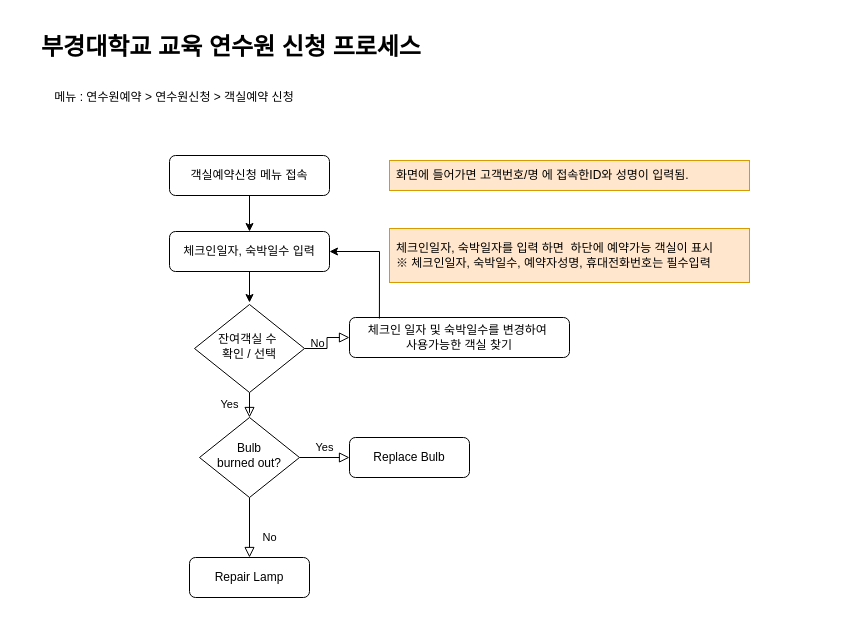
Above: Untitled Diagram.drawio in roykimm/diagram (draw.io), before the change. Source tidied: cells renumbered, new cells numbered last; positions are measured from the earlier drawing's top-left corner, leaving out a move shared by most shapes. Both pictures are drawn from the tidied source at 100%, with x=0, y=0 at pixel (19, 22).
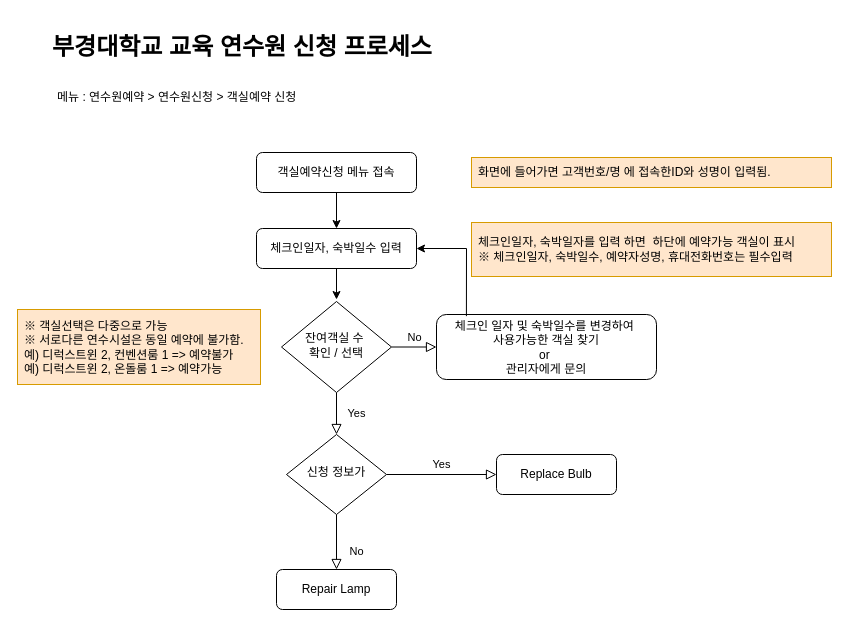
Above is the later version.

Diff of the diagram source:
```diff
@@
     <mxCell id="2" value="객실예약신청 메뉴 접속" style="rounded=1;whiteSpace=wrap;html=1;fontSize=12;glass=0;strokeWidth=1;shadow=0;" parent="1" vertex="1">
-      <mxGeometry x="150" y="133" width="160" height="40" as="geometry" />
+      <mxGeometry x="237" y="130" width="160" height="40" as="geometry" />
     </mxCell>
@@
-    <mxCell id="4" value="No" style="edgeStyle=orthogonalEdgeStyle;rounded=0;html=1;jettySize=auto;fontSize=11;endArrow=block;endFill=0;endSize=8;strokeWidth=1;shadow=0;labelBackgroundColor=none;" parent="1" edge="1" source="5" target="6">
+    <mxCell id="4" value="No" style="edgeStyle=orthogonalEdgeStyle;rounded=0;html=1;jettySize=auto;fontSize=11;endArrow=block;endFill=0;endSize=8;strokeWidth=1;shadow=0;labelBackgroundColor=none;entryX=0;entryY=0.5;entryDx=0;entryDy=0;" parent="1" edge="1" source="5" target="6">
       <mxGeometry y="10" relative="1" as="geometry" />
     </mxCell>
     <mxCell id="5" value="잔여객실 수&amp;nbsp;&lt;br&gt;확인 / 선택" style="rhombus;whiteSpace=wrap;html=1;shadow=0;fontFamily=Helvetica;fontSize=12;align=center;strokeWidth=1;spacing=6;spacingTop=-4;" parent="1" vertex="1">
-      <mxGeometry x="175" y="282" width="110" height="88" as="geometry" />
+      <mxGeometry x="262" y="279" width="110" height="91" as="geometry" />
     </mxCell>
-    <mxCell id="6" value="체크인 일자 및 숙박일수를 변경하여&amp;nbsp;&lt;br&gt;사용가능한 객실 찾기" style="rounded=1;whiteSpace=wrap;html=1;fontSize=12;glass=0;strokeWidth=1;shadow=0;" parent="1" vertex="1">
-      <mxGeometry x="330" y="295" width="220" height="40" as="geometry" />
+    <mxCell id="6" value="체크인 일자 및 숙박일수를 변경하여&amp;nbsp;&lt;br&gt;사용가능한 객실 찾기&lt;br&gt;or&amp;nbsp;&lt;br&gt;관리자에게 문의" style="rounded=1;whiteSpace=wrap;html=1;fontSize=12;glass=0;strokeWidth=1;shadow=0;" parent="1" vertex="1">
+      <mxGeometry x="417" y="292" width="220" height="65" as="geometry" />
     </mxCell>
@@
-    <mxCell id="9" value="Bulb&lt;br&gt;burned out?" style="rhombus;whiteSpace=wrap;html=1;shadow=0;fontFamily=Helvetica;fontSize=12;align=center;strokeWidth=1;spacing=6;spacingTop=-4;" parent="1" vertex="1">
-      <mxGeometry x="180" y="395" width="100" height="80" as="geometry" />
+    <mxCell id="9" value="신청 정보가" style="rhombus;whiteSpace=wrap;html=1;shadow=0;fontFamily=Helvetica;fontSize=12;align=center;strokeWidth=1;spacing=6;spacingTop=-4;" parent="1" vertex="1">
+      <mxGeometry x="267" y="412" width="100" height="80" as="geometry" />
     </mxCell>
     <mxCell id="10" value="Repair Lamp" style="rounded=1;whiteSpace=wrap;html=1;fontSize=12;glass=0;strokeWidth=1;shadow=0;" parent="1" vertex="1">
-      <mxGeometry x="170" y="535" width="120" height="40" as="geometry" />
+      <mxGeometry x="257" y="547" width="120" height="40" as="geometry" />
     </mxCell>
     <mxCell id="11" value="Replace Bulb" style="rounded=1;whiteSpace=wrap;html=1;fontSize=12;glass=0;strokeWidth=1;shadow=0;" parent="1" vertex="1">
-      <mxGeometry x="330" y="415" width="120" height="40" as="geometry" />
+      <mxGeometry x="477" y="432" width="120" height="40" as="geometry" />
     </mxCell>
     <mxCell id="12" value="&lt;h1&gt;&lt;span&gt;부경대학교 교육 연수원 신청 프로세스&lt;/span&gt;&lt;/h1&gt;" style="text;html=1;strokeColor=none;fillColor=none;align=left;verticalAlign=middle;whiteSpace=wrap;rounded=0;fontStyle=1;" parent="1" vertex="1">
-      <mxGeometry x="20" width="770" height="50" as="geometry" />
+      <mxGeometry x="31" width="770" height="50" as="geometry" />
     </mxCell>
-    <mxCell id="13" value="메뉴 : 연수원예약 &amp;gt; 연수원신청 &amp;gt; 객실예약 신청" style="text;html=1;strokeColor=none;fillColor=none;align=center;verticalAlign=middle;whiteSpace=wrap;rounded=0;" parent="1" vertex="1">
-      <mxGeometry y="60" width="310" height="30" as="geometry" />
+    <mxCell id="13" value="메뉴 : 연수원예약 &amp;gt; 연수원신청 &amp;gt; 객실예약 신청" style="text;html=1;strokeColor=none;fillColor=none;align=left;verticalAlign=middle;whiteSpace=wrap;rounded=0;spacingLeft=5;" parent="1" vertex="1">
+      <mxGeometry x="31" y="60" width="310" height="30" as="geometry" />
     </mxCell>
     <mxCell id="14" value="화면에 들어가면 고객번호/명 에 접속한ID와 성명이 입력됨." style="text;html=1;strokeColor=#d79b00;fillColor=#ffe6cc;align=left;verticalAlign=middle;whiteSpace=wrap;rounded=0;spacingLeft=5;" parent="1" vertex="1">
-      <mxGeometry x="370" y="138" width="360" height="30" as="geometry" />
+      <mxGeometry x="452" y="135" width="360" height="30" as="geometry" />
     </mxCell>
     <mxCell id="15" value="체크인일자, 숙박일수 입력" style="rounded=1;whiteSpace=wrap;html=1;fontSize=12;glass=0;strokeWidth=1;shadow=0;" parent="1" vertex="1">
-      <mxGeometry x="150" y="209" width="160" height="40" as="geometry" />
+      <mxGeometry x="237" y="206" width="160" height="40" as="geometry" />
     </mxCell>
     <mxCell id="16" value="체크인일자, 숙박일자를 입력 하면&amp;nbsp; 하단에 예약가능 객실이 표시&lt;br&gt;※ 체크인일자, 숙박일수, 예약자성명, 휴대전화번호는 필수입력" style="text;html=1;strokeColor=#d79b00;fillColor=#ffe6cc;align=left;verticalAlign=middle;whiteSpace=wrap;rounded=0;spacingLeft=5;" parent="1" vertex="1">
-      <mxGeometry x="370" y="206" width="360" height="54" as="geometry" />
+      <mxGeometry x="452" y="200" width="360" height="54" as="geometry" />
     </mxCell>
@@
     <mxCell id="18" style="endArrow=classic;html=1;rounded=0;exitX=0.5;exitY=1;exitDx=0;exitDy=0;" parent="1" edge="1" source="15">
       <mxGeometry relative="1" as="geometry">
-        <mxPoint x="230" y="280" as="targetPoint" />
+        <mxPoint x="317" y="277" as="targetPoint" />
       </mxGeometry>
     </mxCell>
     <mxCell id="19" style="endArrow=classic;html=1;rounded=0;entryX=1;entryY=0.5;entryDx=0;entryDy=0;exitX=0.136;exitY=0.025;exitDx=0;exitDy=0;exitPerimeter=0;" parent="1" edge="1" source="6" target="15">
       <mxGeometry relative="1" as="geometry">
         <Array as="points">
-          <mxPoint x="360" y="229" />
+          <mxPoint x="447" y="226" />
         </Array>
       </mxGeometry>
     </mxCell>
+    <mxCell id="20" value="※ 객실선택은 다중으로 가능&lt;br&gt;※ 서로다른 연수시설은 동일 예약에 불가함.&lt;br&gt;예) 디럭스트윈 2, 컨벤션룸 1 =&amp;gt; 예약불가&lt;br&gt;예) 디럭스트윈 2, 온돌룸 1 =&amp;gt; 예약가능&amp;nbsp;" style="text;html=1;strokeColor=#d79b00;fillColor=#ffe6cc;align=left;verticalAlign=middle;whiteSpace=wrap;rounded=0;spacingLeft=5;" parent="1" vertex="1">
+      <mxGeometry x="-2" y="287" width="243" height="75" as="geometry" />
+    </mxCell>
```
